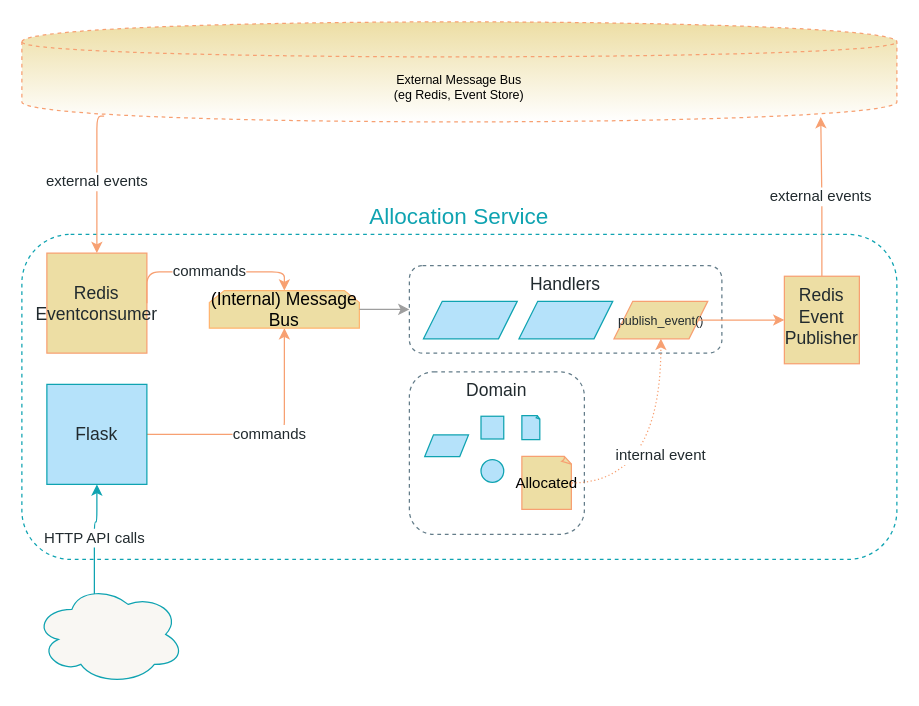
The draw.io diagram page "Chapter 10" (8 of 10) of maps.drawio in cosmicpython/book, before the edit. Source tidied: cells renumbered, new cells numbered last; positions are measured from the earlier drawing's top-left corner, leaving out a move shared by most shapes. Both pictures are drawn from the tidied source at 125%, with x=0, y=0 at pixel (21, 21).
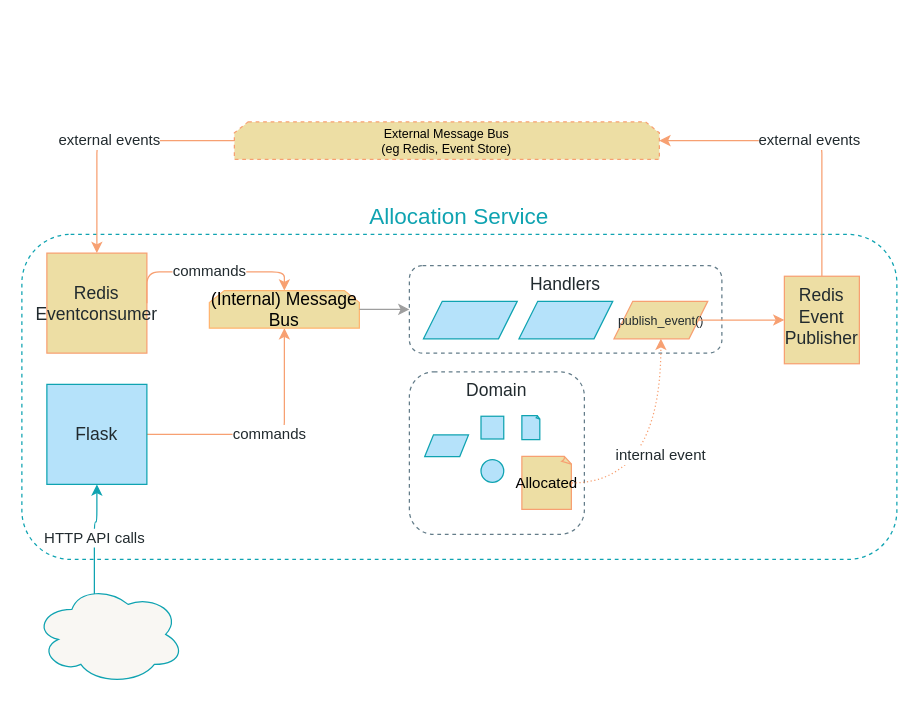
The same page after the edit.

Commit message:
smaller redis

Unchanged cells that the change refers to:
```xml
<mxCell id="17" value="&lt;div&gt;Redis&lt;/div&gt;&lt;div&gt;Eventconsumer&lt;br&gt;&lt;/div&gt;" style="whiteSpace=wrap;html=1;strokeColor=#F7A072;fillColor=#EDDEA4;gradientColor=none;fontFamily=Guardian Sans Cond Light;fontSize=14;fontColor=#212A2E;" parent="1" vertex="1">
  <mxGeometry x="20" y="185" width="80" height="80" as="geometry" />
</mxCell>
<mxCell id="23" value="Redis&lt;br&gt;Event&lt;br&gt;Publisher" style="rounded=0;whiteSpace=wrap;html=1;fontFamily=Guardian Sans Cond Light;fontSize=14;fontColor=#212A2E;align=center;strokeColor=#F7A072;fillColor=#EDDEA4;verticalAlign=top;" parent="1" vertex="1">
  <mxGeometry x="610" y="203.5" width="60" height="70" as="geometry" />
</mxCell>
```

The edit, as a diff of the source:
```diff
@@
-    <mxCell id="19" value="&lt;div&gt;External Message Bus&lt;/div&gt;&lt;div&gt;(eg Redis, Event Store)&lt;br&gt;&lt;/div&gt;" style="shape=cylinder;whiteSpace=wrap;html=1;boundedLbl=1;backgroundOutline=1;rounded=1;shadow=0;glass=0;dashed=1;comic=0;strokeColor=#F7A072;fillColor=#EDDEA4;gradientColor=#ffffff;fontFamily=Guardian Sans Cond Light;fontSize=10;fontColor=#000000;align=center;" parent="1" vertex="1">
-      <mxGeometry width="700" height="80" as="geometry" />
+    <mxCell id="19" value="&lt;div&gt;External Message Bus&lt;/div&gt;&lt;div&gt;(eg Redis, Event Store)&lt;br&gt;&lt;/div&gt;" style="shape=loopLimit;whiteSpace=wrap;html=1;shadow=0;dashed=1;fontFamily=Guardian Sans Cond Light;fontSize=10;fontColor=#000000;align=center;strokeColor=#F7A072;fillColor=#EDDEA4;gradientColor=none;size=11;" parent="1" vertex="1">
+      <mxGeometry x="170" y="80" width="340" height="30" as="geometry" />
     </mxCell>
-    <mxCell id="20" value="external events" style="edgeStyle=orthogonalEdgeStyle;jettySize=auto;html=1;strokeColor=#F7A072;fillColor=#B5E2FA;fontFamily=Guardian Sans Cond Light;fontSize=12;fontColor=#212A2E;verticalAlign=middle;entryX=0.5;entryY=0;entryDx=0;entryDy=0;exitX=0.094;exitY=0.942;exitDx=0;exitDy=0;labelBackgroundColor=#ffffff;exitPerimeter=0;" parent="1" edge="1" source="19" target="17">
+    <mxCell id="20" value="external events" style="edgeStyle=orthogonalEdgeStyle;jettySize=auto;html=1;strokeColor=#F7A072;fillColor=#B5E2FA;fontFamily=Guardian Sans Cond Light;fontSize=12;fontColor=#212A2E;verticalAlign=middle;entryX=0.5;entryY=0;entryDx=0;entryDy=0;labelBackgroundColor=#ffffff;" parent="1" edge="1" source="19" target="17">
       <mxGeometry relative="1" as="geometry">
         <Array as="points">
-          <mxPoint x="60" y="75" />
+          <mxPoint x="60" y="95" />
         </Array>
       </mxGeometry>
     </mxCell>
-    <mxCell id="21" value="external events" style="edgeStyle=orthogonalEdgeStyle;jettySize=auto;html=1;strokeColor=#F7A072;fillColor=#B5E2FA;fontFamily=Guardian Sans Cond Light;fontSize=12;fontColor=#212A2E;verticalAlign=middle;entryX=0.913;entryY=0.952;entryDx=0;entryDy=0;exitX=0.5;exitY=0;exitDx=0;exitDy=0;entryPerimeter=0;" parent="1" edge="1" source="23" target="19">
+    <mxCell id="21" value="external events" style="edgeStyle=orthogonalEdgeStyle;jettySize=auto;html=1;strokeColor=#F7A072;fillColor=#B5E2FA;fontFamily=Guardian Sans Cond Light;fontSize=12;fontColor=#212A2E;verticalAlign=middle;entryX=1;entryY=0.5;entryDx=0;entryDy=0;exitX=0.5;exitY=0;exitDx=0;exitDy=0;" parent="1" edge="1" source="23" target="19">
       <mxGeometry relative="1" as="geometry" />
     </mxCell>
```
